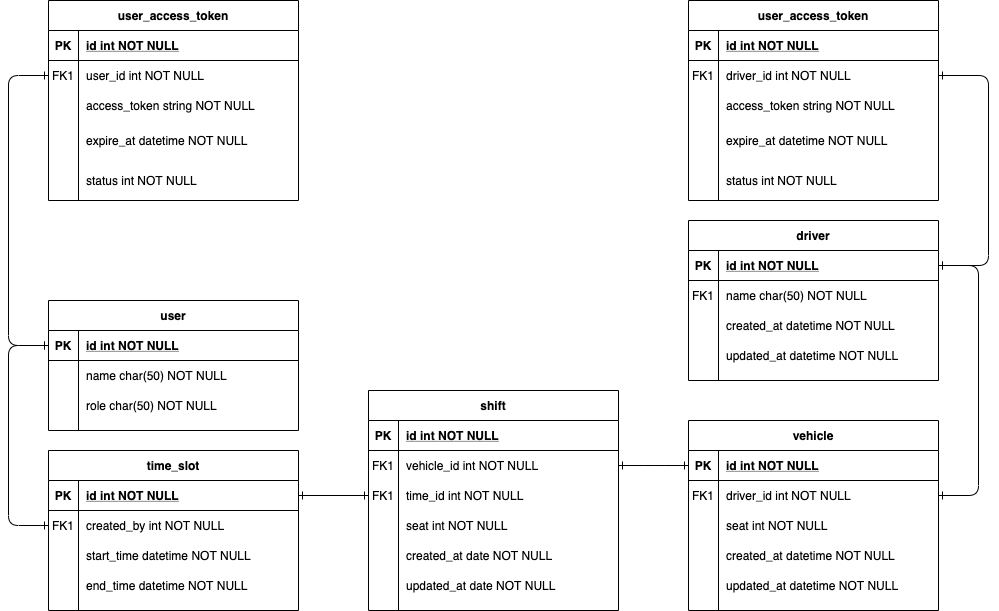
Above: uet_thesis/entity.png in EagleVee/flowchart (draw.io), before the change. Source tidied: cells renumbered, new cells last; positions are measured from the earlier drawing's top-left corner, leaving out a move shared by most shapes.
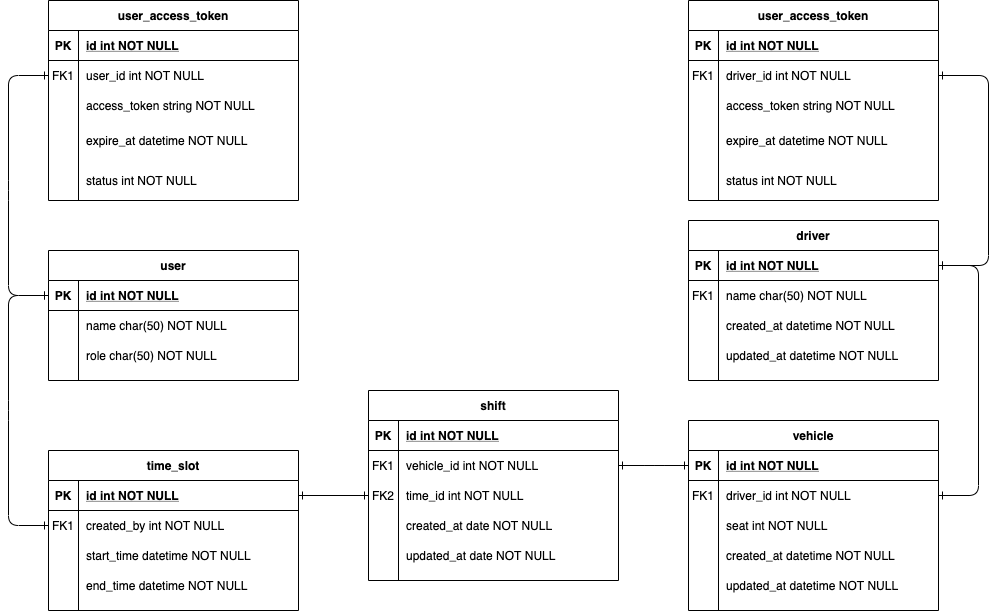
Later version of the same file.

What changed in the source:
```diff
@@ -2,10 +2,12 @@
   <root>
     <mxCell id="0" />
     <mxCell id="1" parent="0" />
-    <mxCell id="2" style="edgeStyle=orthogonalEdgeStyle;endArrow=ERone;startArrow=ERone;endFill=0;startFill=0;exitX=0;exitY=0.5;exitDx=0;exitDy=0;entryX=0;entryY=0.5;entryDx=0;entryDy=0;" parent="1" edge="1" source="20" target="7">
+    <mxCell id="2" style="endArrow=ERone;startArrow=ERone;endFill=0;startFill=0;entryX=0;entryY=0.5;entryDx=0;entryDy=0;elbow=vertical;" parent="1" edge="1" target="7">
       <mxGeometry relative="1" as="geometry">
+        <mxPoint x="40" y="295" as="sourcePoint" />
         <Array as="points">
-          <mxPoint y="345" />
+          <mxPoint y="295" />
+          <mxPoint y="190" />
           <mxPoint y="75" />
         </Array>
       </mxGeometry>
@@ -59,7 +61,7 @@
       <mxGeometry x="30" width="220" height="40" as="geometry" />
     </mxCell>
     <mxCell id="19" value="user" style="shape=table;startSize=30;rowLines=0;fontStyle=1;align=center;" parent="1" vertex="1">
-      <mxGeometry x="40" y="300" width="250" height="130" as="geometry" />
+      <mxGeometry x="40" y="250" width="250" height="130" as="geometry" />
     </mxCell>
     <mxCell id="20" style="shape=partialRectangle;fillColor=none;points=[[0,0.5],[1,0.5]];portConstraint=eastwest;top=0;left=0;right=0;bottom=1;" parent="19" vertex="1">
       <mxGeometry y="30" width="250" height="30" as="geometry" />
@@ -176,7 +178,7 @@
       <mxGeometry x="30" width="220" height="30" as="geometry" />
     </mxCell>
     <mxCell id="58" value="shift" style="shape=table;startSize=30;rowLines=0;fontStyle=1;align=center;" parent="1" vertex="1">
-      <mxGeometry x="360" y="390" width="250" height="220" as="geometry" />
+      <mxGeometry x="360" y="390" width="250" height="190" as="geometry" />
     </mxCell>
     <mxCell id="59" style="shape=partialRectangle;fillColor=none;top=0;left=0;right=0;bottom=1;" parent="58" vertex="1">
       <mxGeometry y="30" width="250" height="30" as="geometry" />
@@ -199,23 +201,14 @@
     <mxCell id="65" style="shape=partialRectangle;fillColor=none;points=[[0,0.5],[1,0.5]];portConstraint=eastwest;top=0;left=0;right=0;bottom=0;" parent="58" vertex="1">
       <mxGeometry y="90" width="250" height="30" as="geometry" />
     </mxCell>
-    <mxCell id="66" value="FK1" style="shape=partialRectangle;overflow=hidden;fillColor=none;top=0;left=0;bottom=0;right=0;" parent="65" vertex="1">
+    <mxCell id="66" value="FK2" style="shape=partialRectangle;overflow=hidden;fillColor=none;top=0;left=0;bottom=0;right=0;" parent="65" vertex="1">
       <mxGeometry width="30" height="30" as="geometry" />
     </mxCell>
     <mxCell id="67" value="time_id int NOT NULL" style="shape=partialRectangle;overflow=hidden;fillColor=none;top=0;left=0;bottom=0;right=0;align=left;spacingLeft=6;" parent="65" vertex="1">
       <mxGeometry x="30" width="220" height="30" as="geometry" />
     </mxCell>
-    <mxCell id="68" style="shape=partialRectangle;fillColor=none;top=0;left=0;right=0;bottom=0;" parent="58" vertex="1">
-      <mxGeometry y="120" width="250" height="30" as="geometry" />
-    </mxCell>
-    <mxCell id="69" style="shape=partialRectangle;overflow=hidden;fillColor=none;top=0;left=0;bottom=0;right=0;" parent="68" vertex="1">
-      <mxGeometry width="30" height="30" as="geometry" />
-    </mxCell>
-    <mxCell id="70" value="seat int NOT NULL" style="shape=partialRectangle;overflow=hidden;fillColor=none;top=0;left=0;bottom=0;right=0;align=left;spacingLeft=6;" parent="68" vertex="1">
-      <mxGeometry x="30" width="220" height="30" as="geometry" />
-    </mxCell>
     <mxCell id="71" style="shape=partialRectangle;fillColor=none;top=0;left=0;right=0;bottom=0;" parent="58" vertex="1">
-      <mxGeometry y="150" width="250" height="30" as="geometry" />
+      <mxGeometry y="120" width="250" height="30" as="geometry" />
     </mxCell>
     <mxCell id="72" style="shape=partialRectangle;overflow=hidden;fillColor=none;top=0;left=0;bottom=0;right=0;" parent="71" vertex="1">
       <mxGeometry width="30" height="30" as="geometry" />
@@ -224,7 +217,7 @@
       <mxGeometry x="30" width="220" height="30" as="geometry" />
     </mxCell>
     <mxCell id="74" style="shape=partialRectangle;fillColor=none;top=0;left=0;right=0;bottom=0;" parent="58" vertex="1">
-      <mxGeometry y="180" width="250" height="30" as="geometry" />
+      <mxGeometry y="150" width="250" height="30" as="geometry" />
     </mxCell>
     <mxCell id="75" style="shape=partialRectangle;overflow=hidden;fillColor=none;top=0;left=0;bottom=0;right=0;" parent="74" vertex="1">
       <mxGeometry width="30" height="30" as="geometry" />
@@ -232,10 +225,11 @@
     <mxCell id="76" value="updated_at date NOT NULL" style="shape=partialRectangle;overflow=hidden;fillColor=none;top=0;left=0;bottom=0;right=0;align=left;spacingLeft=6;" parent="74" vertex="1">
       <mxGeometry x="30" width="220" height="30" as="geometry" />
     </mxCell>
-    <mxCell id="77" style="edgeStyle=orthogonalEdgeStyle;endArrow=ERone;startArrow=ERone;endFill=0;startFill=0;exitX=0;exitY=0.5;exitDx=0;exitDy=0;entryX=0;entryY=0.5;entryDx=0;entryDy=0;" parent="1" edge="1" source="20" target="33">
+    <mxCell id="77" style="endArrow=ERone;startArrow=ERone;endFill=0;startFill=0;exitX=0;exitY=0.5;exitDx=0;exitDy=0;entryX=0;entryY=0.5;entryDx=0;entryDy=0;" parent="1" edge="1" source="20" target="33">
       <mxGeometry relative="1" as="geometry">
         <Array as="points">
-          <mxPoint y="345" />
+          <mxPoint y="295" />
+          <mxPoint y="410" />
           <mxPoint y="525" />
         </Array>
       </mxGeometry>
```
